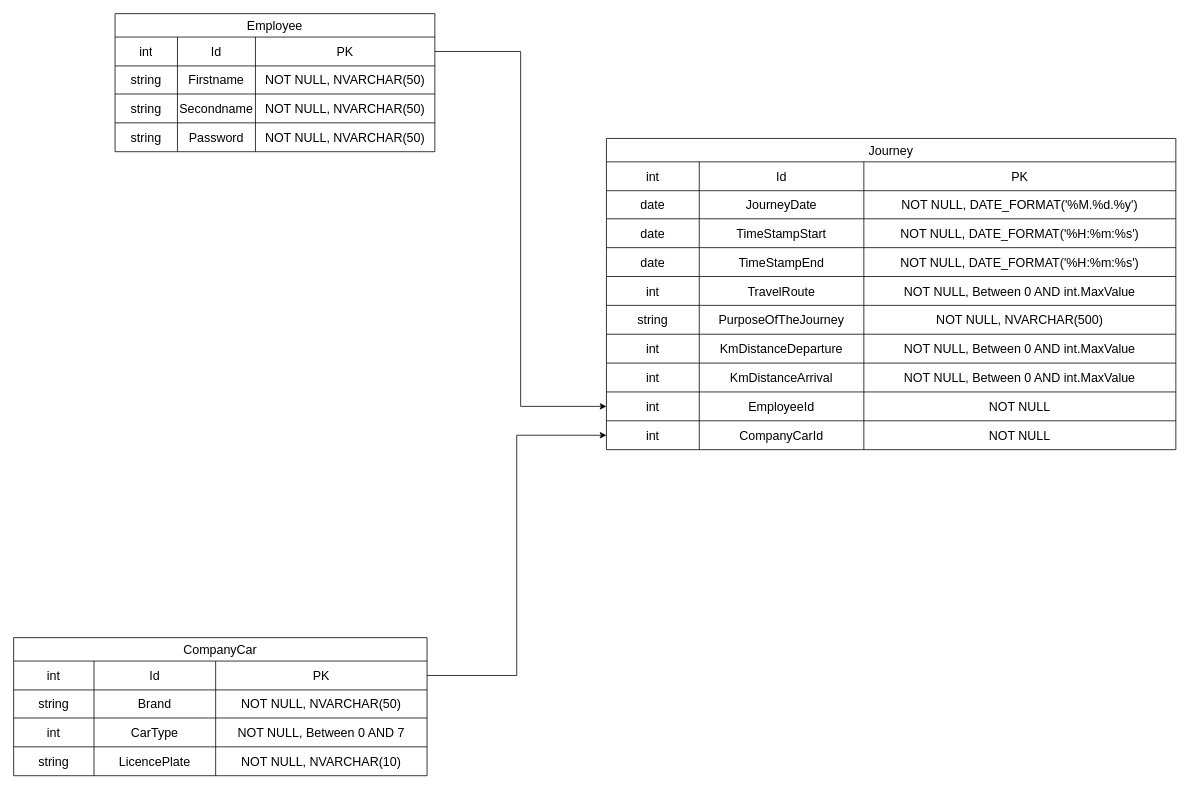
Earlier version of the draw.io diagram ER_Diagramm_Fahrtenbuch.drawio (ArturSloyan/Fahrtenbuch). Source tidied: cells renumbered, new cells numbered last; positions are measured from the earlier drawing's top-left corner, leaving out a move shared by most shapes. Both pictures are drawn from the tidied source at 78%, with x=0, y=0 at pixel (13, 13).
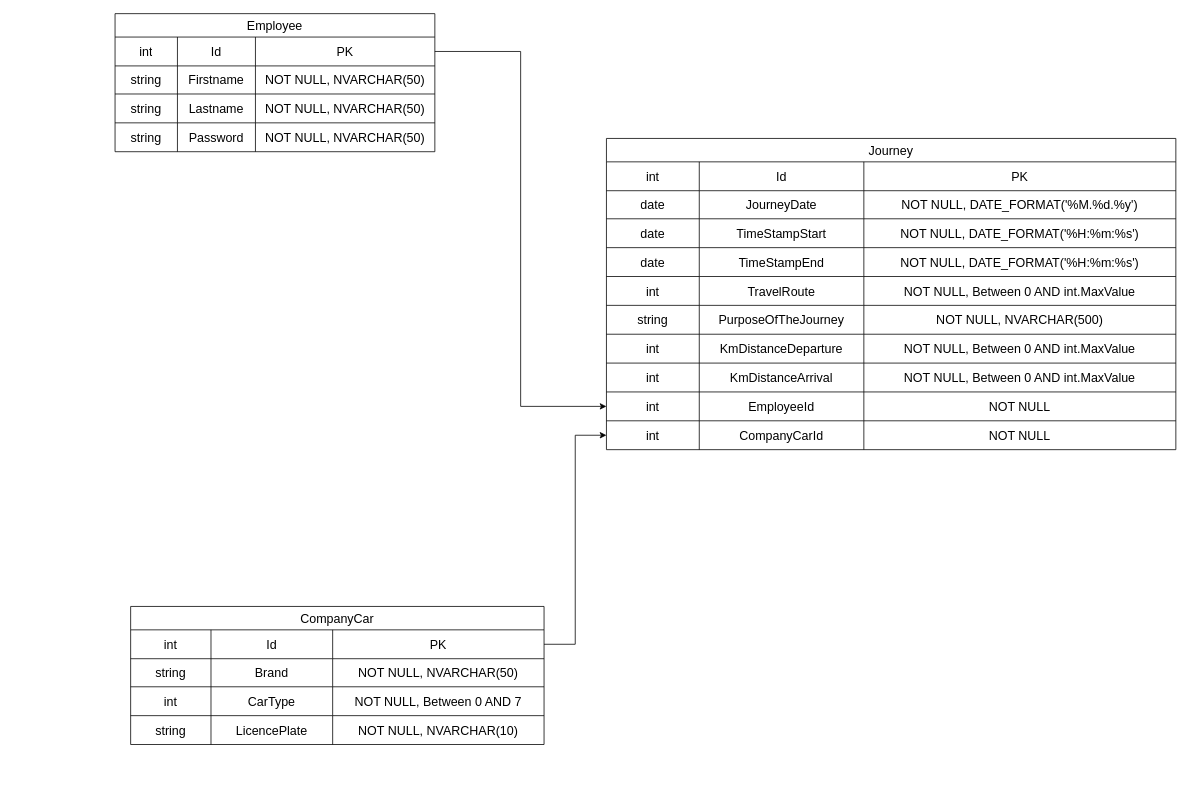
The same page after the edit.

The change refers to these unchanged cells:
```xml
<mxCell id="11" style="shape=tableRow;horizontal=0;startSize=0;swimlaneHead=0;swimlaneBody=0;strokeColor=inherit;top=0;left=0;bottom=0;right=0;fillColor=none;fontSize=16;" parent="2" vertex="1">
  <mxGeometry y="103" width="410" height="37" as="geometry" />
</mxCell>
```

Change to the diagram source:
```diff
@@
-    <mxCell id="13" value="Secondname" style="shape=partialRectangle;html=1;whiteSpace=wrap;strokeColor=inherit;overflow=hidden;fillColor=none;top=0;left=0;bottom=0;right=0;fontSize=16;" parent="11" vertex="1">
+    <mxCell id="13" value="Lastname" style="shape=partialRectangle;html=1;whiteSpace=wrap;strokeColor=inherit;overflow=hidden;fillColor=none;top=0;left=0;bottom=0;right=0;fontSize=16;" parent="11" vertex="1">
       <mxGeometry x="80" width="100" height="37" as="geometry" />
     </mxCell>
@@
     <mxCell id="61" value="CompanyCar" style="shape=table;startSize=30;childLayout=tableLayout;strokeColor=default;fontSize=16;" parent="1" vertex="1">
-      <mxGeometry y="800" width="530" height="177" as="geometry" />
+      <mxGeometry x="150" y="760" width="530" height="177" as="geometry" />
     </mxCell>
```
